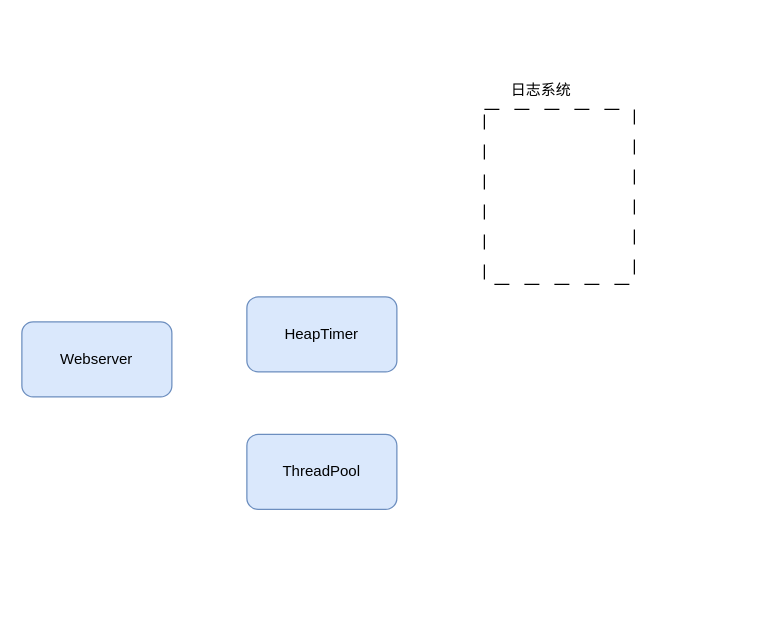
This is HTTP.drawio from Sahala08/HTTPServer, a draw.io file, before an edit. Source tidied: cells renumbered, new cells numbered last; positions are measured from the earlier drawing's top-left corner, leaving out a move shared by most shapes. Both pictures are drawn from the tidied source at 125%, with x=0, y=0 at pixel (21, 71).
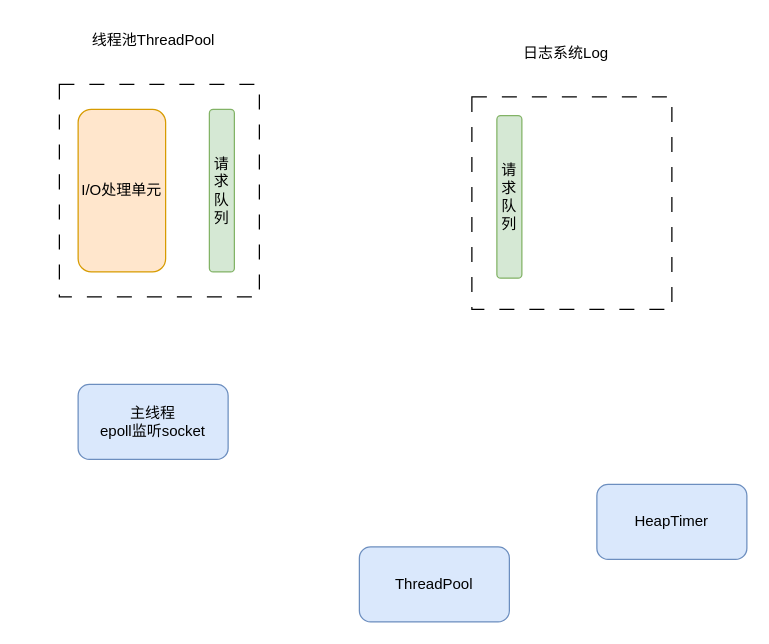
After the change.

What changed in the source:
```diff
@@
 <mxGraphModel background="#FFFFFF">
   <root>
     <mxCell id="0" />
     <mxCell id="1" parent="0" />
-    <mxCell id="2" value="Webserver" style="rounded=1;whiteSpace=wrap;html=1;fillColor=#dae8fc;strokeColor=#6c8ebf;" parent="1" vertex="1">
-      <mxGeometry y="200" width="120" height="60" as="geometry" />
+    <mxCell id="2" value="主线程&lt;br&gt;epoll监听socket" style="rounded=1;whiteSpace=wrap;html=1;fillColor=#dae8fc;strokeColor=#6c8ebf;" parent="1" vertex="1">
+      <mxGeometry x="45" y="250" width="120" height="60" as="geometry" />
     </mxCell>
     <mxCell id="3" value="HeapTimer" style="rounded=1;whiteSpace=wrap;html=1;fillColor=#dae8fc;strokeColor=#6c8ebf;" parent="1" vertex="1">
-      <mxGeometry x="180" y="180" width="120" height="60" as="geometry" />
+      <mxGeometry x="460" y="330" width="120" height="60" as="geometry" />
     </mxCell>
     <mxCell id="4" value="ThreadPool" style="rounded=1;whiteSpace=wrap;html=1;fillColor=#dae8fc;strokeColor=#6c8ebf;" parent="1" vertex="1">
-      <mxGeometry x="180" y="290" width="120" height="60" as="geometry" />
+      <mxGeometry x="270" y="380" width="120" height="60" as="geometry" />
     </mxCell>
     <mxCell id="5" style="rounded=0;whiteSpace=wrap;html=1;shadow=0;glass=0;comic=0;sketch=0;dashed=1;dashPattern=12 12;" parent="1" vertex="1">
-      <mxGeometry x="370" y="30" width="120" height="140" as="geometry" />
+      <mxGeometry x="360" y="20" width="160" height="170" as="geometry" />
     </mxCell>
-    <mxCell id="6" value="日志系统" style="text;html=1;align=center;verticalAlign=middle;strokeColor=none;fillColor=none;" parent="1" vertex="1">
-      <mxGeometry x="380" width="70" height="30" as="geometry" />
+    <mxCell id="6" value="日志系统Log" style="text;html=1;align=center;verticalAlign=middle;strokeColor=none;fillColor=none;" parent="1" vertex="1">
+      <mxGeometry x="390" y="-30" width="90" height="30" as="geometry" />
     </mxCell>
+    <mxCell id="7" value="请求队列" style="rounded=1;whiteSpace=wrap;html=1;shadow=0;glass=0;comic=0;sketch=0;align=center;fillColor=#d5e8d4;strokeColor=#82b366;" parent="1" vertex="1">
+      <mxGeometry x="380" y="35" width="20" height="130" as="geometry" />
+    </mxCell>
+    <mxCell id="8" style="rounded=0;whiteSpace=wrap;html=1;shadow=0;glass=0;comic=0;sketch=0;dashed=1;dashPattern=12 12;" parent="1" vertex="1">
+      <mxGeometry x="30" y="10" width="160" height="170" as="geometry" />
+    </mxCell>
+    <mxCell id="9" value="线程池ThreadPool" style="text;html=1;align=center;verticalAlign=middle;strokeColor=none;fillColor=none;" parent="1" vertex="1">
+      <mxGeometry x="45" y="-40" width="120" height="30" as="geometry" />
+    </mxCell>
+    <mxCell id="10" value="请求队列" style="rounded=1;whiteSpace=wrap;html=1;shadow=0;glass=0;comic=0;sketch=0;align=center;fillColor=#d5e8d4;strokeColor=#82b366;" parent="1" vertex="1">
+      <mxGeometry x="150" y="30" width="20" height="130" as="geometry" />
+    </mxCell>
+    <mxCell id="11" value="I/O处理单元" style="rounded=1;whiteSpace=wrap;html=1;shadow=0;glass=0;comic=0;sketch=0;align=center;fillColor=#ffe6cc;strokeColor=#d79b00;" parent="1" vertex="1">
+      <mxGeometry x="45" y="30" width="70" height="130" as="geometry" />
+    </mxCell>
   </root>
 </mxGraphModel>
```
